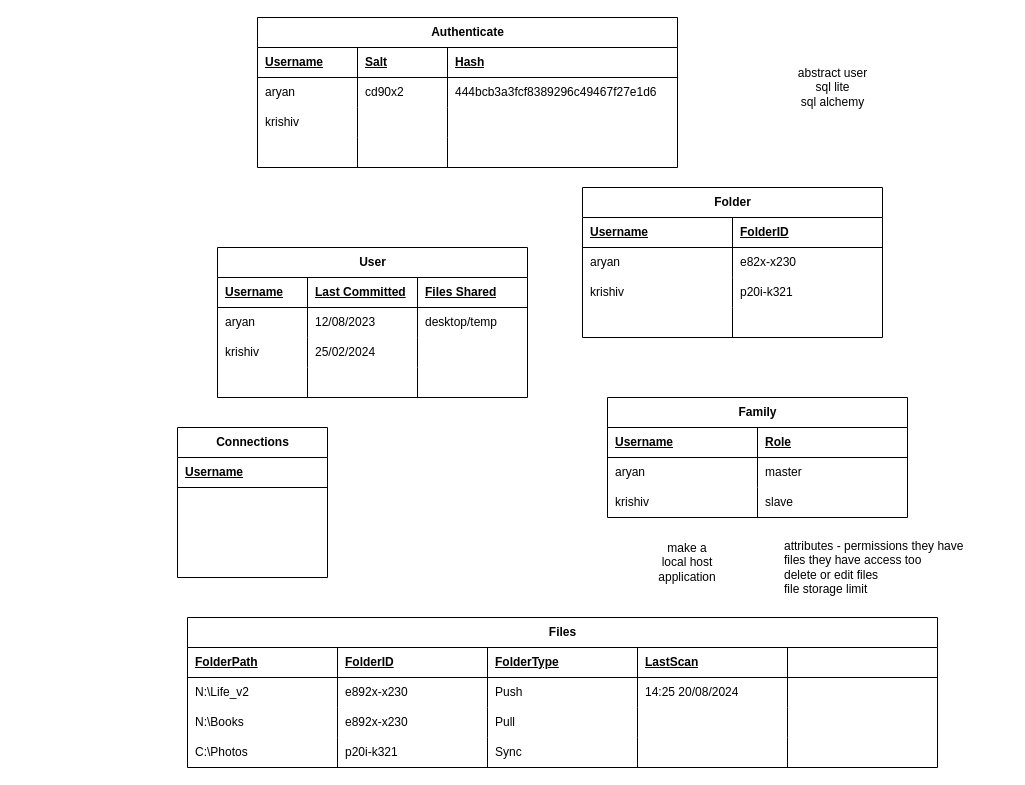
The draw.io diagram databases.drawio in aryansharmastudies/NEA_v2, before the edit. Source tidied: cells renumbered, new cells numbered last; positions are measured from the earlier drawing's top-left corner, leaving out a move shared by most shapes. Both pictures are drawn from the tidied source at 100%, with x=0, y=0 at pixel (177, 17).
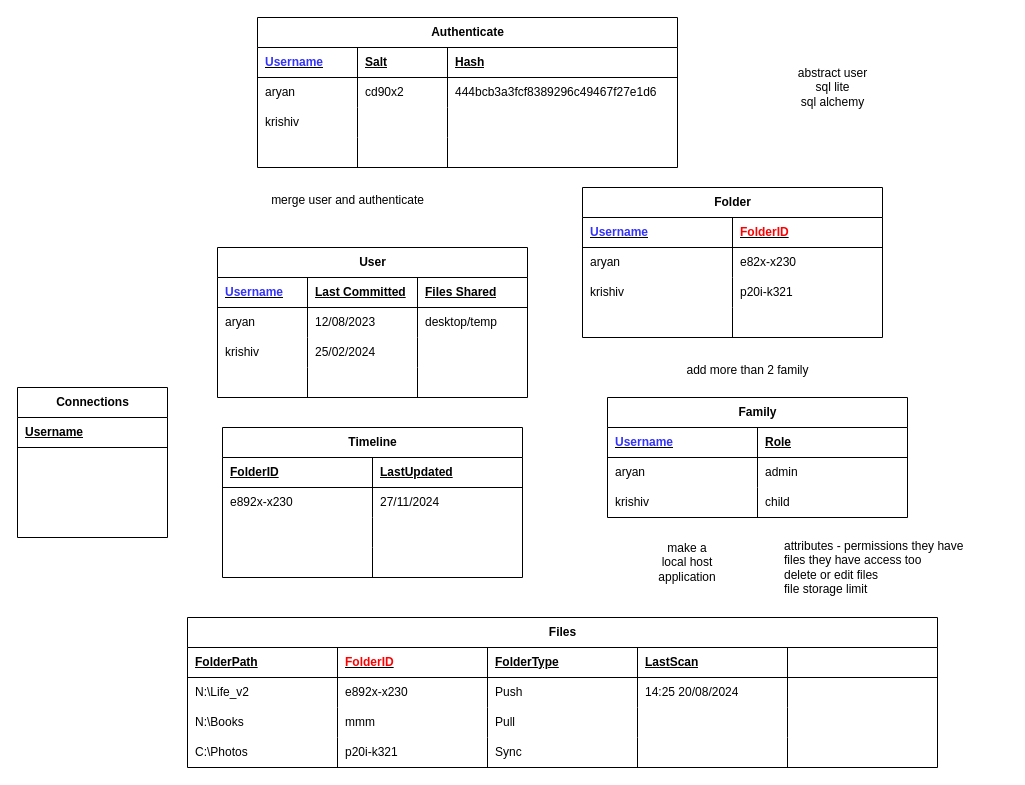
The same diagram, later.

Unchanged cells that the change refers to:
```xml
<mxCell id="3" style="shape=tableRow;horizontal=0;startSize=0;swimlaneHead=0;swimlaneBody=0;fillColor=none;top=0;left=0;right=0;bottom=1;" parent="2" vertex="1">
  <mxGeometry y="30" width="310" height="30" as="geometry" />
</mxCell>
<mxCell id="20" style="shape=tableRow;horizontal=0;startSize=0;swimlaneHead=0;swimlaneBody=0;fillColor=none;top=0;left=0;right=0;bottom=1;" parent="19" vertex="1">
  <mxGeometry y="30" width="420" height="30" as="geometry" />
</mxCell>
<mxCell id="37" style="shape=tableRow;horizontal=0;startSize=0;swimlaneHead=0;swimlaneBody=0;fillColor=none;top=0;left=0;right=0;bottom=1;" parent="36" vertex="1">
  <mxGeometry y="30" width="300" height="30" as="geometry" />
</mxCell>
<mxCell id="60" style="shape=tableRow;horizontal=0;startSize=0;swimlaneHead=0;swimlaneBody=0;fillColor=none;top=0;left=0;right=0;bottom=1;" parent="59" vertex="1">
  <mxGeometry y="30" width="300" height="30" as="geometry" />
</mxCell>
<mxCell id="63" style="shape=tableRow;horizontal=0;startSize=0;swimlaneHead=0;swimlaneBody=0;fillColor=none;top=0;left=0;right=0;bottom=0;" parent="59" vertex="1">
  <mxGeometry y="60" width="300" height="30" as="geometry" />
</mxCell>
<mxCell id="66" style="shape=tableRow;horizontal=0;startSize=0;swimlaneHead=0;swimlaneBody=0;fillColor=none;top=0;left=0;right=0;bottom=0;" parent="59" vertex="1">
  <mxGeometry y="90" width="300" height="30" as="geometry" />
</mxCell>
<mxCell id="71" style="shape=tableRow;horizontal=0;startSize=0;swimlaneHead=0;swimlaneBody=0;fillColor=none;top=0;left=0;right=0;bottom=1;" parent="70" vertex="1">
  <mxGeometry y="30" width="750" height="30" as="geometry" />
</mxCell>
<mxCell id="83" style="shape=tableRow;horizontal=0;startSize=0;swimlaneHead=0;swimlaneBody=0;fillColor=none;top=0;left=0;right=0;bottom=0;" parent="70" vertex="1">
  <mxGeometry y="90" width="750" height="30" as="geometry" />
</mxCell>
```

Diff of the diagram source:
```diff
@@
-    <mxCell id="4" value="Username" style="shape=partialRectangle;fillColor=none;top=0;left=0;bottom=0;right=0;align=left;spacingLeft=6;fontStyle=5;overflow=hidden;whiteSpace=wrap;html=1;" parent="3" vertex="1">
+    <mxCell id="4" value="&lt;font color=&quot;#3333ff&quot;&gt;Username&lt;/font&gt;" style="shape=partialRectangle;fillColor=none;top=0;left=0;bottom=0;right=0;align=left;spacingLeft=6;fontStyle=5;overflow=hidden;whiteSpace=wrap;html=1;" parent="3" vertex="1">
       <mxGeometry width="90" height="30" as="geometry" />
     </mxCell>
@@
-    <mxCell id="21" value="Username" style="shape=partialRectangle;fillColor=none;top=0;left=0;bottom=0;right=0;align=left;spacingLeft=6;fontStyle=5;overflow=hidden;whiteSpace=wrap;html=1;" parent="20" vertex="1">
+    <mxCell id="21" value="&lt;font color=&quot;#3333ff&quot;&gt;Username&lt;/font&gt;" style="shape=partialRectangle;fillColor=none;top=0;left=0;bottom=0;right=0;align=left;spacingLeft=6;fontStyle=5;overflow=hidden;whiteSpace=wrap;html=1;" parent="20" vertex="1">
       <mxGeometry width="100" height="30" as="geometry" />
     </mxCell>
@@
-    <mxCell id="38" value="Username" style="shape=partialRectangle;fillColor=none;top=0;left=0;bottom=0;right=0;align=left;spacingLeft=6;fontStyle=5;overflow=hidden;whiteSpace=wrap;html=1;" parent="37" vertex="1">
+    <mxCell id="38" value="&lt;font color=&quot;#3333ff&quot;&gt;Username&lt;/font&gt;" style="shape=partialRectangle;fillColor=none;top=0;left=0;bottom=0;right=0;align=left;spacingLeft=6;fontStyle=5;overflow=hidden;whiteSpace=wrap;html=1;" parent="37" vertex="1">
       <mxGeometry width="150" height="30" as="geometry" />
     </mxCell>
-    <mxCell id="39" value="FolderID" style="shape=partialRectangle;fillColor=none;top=0;left=0;bottom=0;right=0;align=left;spacingLeft=6;fontStyle=5;overflow=hidden;whiteSpace=wrap;html=1;" parent="37" vertex="1">
+    <mxCell id="39" value="&lt;font color=&quot;#ff0000&quot;&gt;FolderID&lt;/font&gt;" style="shape=partialRectangle;fillColor=none;top=0;left=0;bottom=0;right=0;align=left;spacingLeft=6;fontStyle=5;overflow=hidden;whiteSpace=wrap;html=1;" parent="37" vertex="1">
       <mxGeometry x="150" width="150" height="30" as="geometry" />
     </mxCell>
@@
     <mxCell id="49" value="Connections" style="shape=table;startSize=30;childLayout=tableLayout;rowLines=0;fontStyle=1;align=center;html=1;" parent="1" vertex="1">
-      <mxGeometry y="410" width="150" height="150" as="geometry" />
+      <mxGeometry x="-160" y="370" width="150" height="150" as="geometry" />
     </mxCell>
@@
-    <mxCell id="61" value="Username" style="shape=partialRectangle;fillColor=none;top=0;left=0;bottom=0;right=0;align=left;spacingLeft=6;fontStyle=5;overflow=hidden;whiteSpace=wrap;html=1;" parent="60" vertex="1">
+    <mxCell id="61" value="&lt;font color=&quot;#3333ff&quot;&gt;Username&lt;/font&gt;" style="shape=partialRectangle;fillColor=none;top=0;left=0;bottom=0;right=0;align=left;spacingLeft=6;fontStyle=5;overflow=hidden;whiteSpace=wrap;html=1;" parent="60" vertex="1">
       <mxGeometry width="150" height="30" as="geometry" />
     </mxCell>
@@
-    <mxCell id="65" value="master" style="shape=partialRectangle;fillColor=none;top=0;left=0;bottom=0;right=0;align=left;spacingLeft=6;overflow=hidden;whiteSpace=wrap;html=1;" parent="63" vertex="1">
+    <mxCell id="65" value="admin" style="shape=partialRectangle;fillColor=none;top=0;left=0;bottom=0;right=0;align=left;spacingLeft=6;overflow=hidden;whiteSpace=wrap;html=1;" parent="63" vertex="1">
       <mxGeometry x="150" width="150" height="30" as="geometry" />
     </mxCell>
@@
-    <mxCell id="68" value="slave" style="shape=partialRectangle;fillColor=none;top=0;left=0;bottom=0;right=0;align=left;spacingLeft=6;overflow=hidden;whiteSpace=wrap;html=1;" parent="66" vertex="1">
+    <mxCell id="68" value="child" style="shape=partialRectangle;fillColor=none;top=0;left=0;bottom=0;right=0;align=left;spacingLeft=6;overflow=hidden;whiteSpace=wrap;html=1;" parent="66" vertex="1">
       <mxGeometry x="150" width="150" height="30" as="geometry" />
     </mxCell>
@@
-    <mxCell id="73" value="FolderID" style="shape=partialRectangle;fillColor=none;top=0;left=0;bottom=0;right=0;align=left;spacingLeft=6;fontStyle=5;overflow=hidden;whiteSpace=wrap;html=1;" parent="71" vertex="1">
+    <mxCell id="73" value="&lt;font color=&quot;#ff0000&quot;&gt;FolderID&lt;/font&gt;" style="shape=partialRectangle;fillColor=none;top=0;left=0;bottom=0;right=0;align=left;spacingLeft=6;fontStyle=5;overflow=hidden;whiteSpace=wrap;html=1;" parent="71" vertex="1">
       <mxGeometry x="150" width="150" height="30" as="geometry" />
     </mxCell>
@@
-    <mxCell id="85" value="&lt;span style=&quot;font-weight: 400;&quot;&gt;e892x-x230&lt;/span&gt;" style="shape=partialRectangle;fillColor=none;top=0;left=0;bottom=0;right=0;align=left;spacingLeft=6;overflow=hidden;whiteSpace=wrap;html=1;fontStyle=1;" parent="83" vertex="1">
+    <mxCell id="85" value="&lt;span style=&quot;font-weight: 400;&quot;&gt;mmm&lt;/span&gt;" style="shape=partialRectangle;fillColor=none;top=0;left=0;bottom=0;right=0;align=left;spacingLeft=6;overflow=hidden;whiteSpace=wrap;html=1;fontStyle=1;" parent="83" vertex="1">
       <mxGeometry x="150" width="150" height="30" as="geometry" />
     </mxCell>
@@
+    <mxCell id="96" value="Timeline" style="shape=table;startSize=30;childLayout=tableLayout;rowLines=0;fontStyle=1;align=center;html=1;" parent="1" vertex="1">
+      <mxGeometry x="45" y="410" width="300" height="150" as="geometry" />
+    </mxCell>
+    <mxCell id="97" style="shape=tableRow;horizontal=0;startSize=0;swimlaneHead=0;swimlaneBody=0;fillColor=none;top=0;left=0;right=0;bottom=1;" parent="96" vertex="1">
+      <mxGeometry y="30" width="300" height="30" as="geometry" />
+    </mxCell>
+    <mxCell id="98" value="FolderID" style="shape=partialRectangle;fillColor=none;top=0;left=0;bottom=0;right=0;align=left;spacingLeft=6;fontStyle=5;overflow=hidden;whiteSpace=wrap;html=1;" parent="97" vertex="1">
+      <mxGeometry width="150" height="30" as="geometry" />
+    </mxCell>
+    <mxCell id="99" value="LastUpdated" style="shape=partialRectangle;fillColor=none;top=0;left=0;bottom=0;right=0;align=left;spacingLeft=6;fontStyle=5;overflow=hidden;whiteSpace=wrap;html=1;" parent="97" vertex="1">
+      <mxGeometry x="150" width="150" height="30" as="geometry" />
+    </mxCell>
+    <mxCell id="100" style="shape=tableRow;horizontal=0;startSize=0;swimlaneHead=0;swimlaneBody=0;fillColor=none;top=0;left=0;right=0;bottom=0;" parent="96" vertex="1">
+      <mxGeometry y="60" width="300" height="30" as="geometry" />
+    </mxCell>
+    <mxCell id="101" value="e892x-x230" style="shape=partialRectangle;fillColor=none;top=0;left=0;bottom=0;right=0;align=left;spacingLeft=6;overflow=hidden;whiteSpace=wrap;html=1;" parent="100" vertex="1">
+      <mxGeometry width="150" height="30" as="geometry" />
+    </mxCell>
+    <mxCell id="102" value="27/11/2024" style="shape=partialRectangle;fillColor=none;top=0;left=0;bottom=0;right=0;align=left;spacingLeft=6;overflow=hidden;whiteSpace=wrap;html=1;" parent="100" vertex="1">
+      <mxGeometry x="150" width="150" height="30" as="geometry" />
+    </mxCell>
+    <mxCell id="103" style="shape=tableRow;horizontal=0;startSize=0;swimlaneHead=0;swimlaneBody=0;fillColor=none;top=0;left=0;right=0;bottom=0;" parent="96" vertex="1">
+      <mxGeometry y="90" width="300" height="30" as="geometry" />
+    </mxCell>
+    <mxCell id="104" style="shape=partialRectangle;fillColor=none;top=0;left=0;bottom=0;right=0;align=left;spacingLeft=6;overflow=hidden;whiteSpace=wrap;html=1;" parent="103" vertex="1">
+      <mxGeometry width="150" height="30" as="geometry" />
+    </mxCell>
+    <mxCell id="105" style="shape=partialRectangle;fillColor=none;top=0;left=0;bottom=0;right=0;align=left;spacingLeft=6;overflow=hidden;whiteSpace=wrap;html=1;" parent="103" vertex="1">
+      <mxGeometry x="150" width="150" height="30" as="geometry" />
+    </mxCell>
+    <mxCell id="106" style="shape=tableRow;horizontal=0;startSize=0;swimlaneHead=0;swimlaneBody=0;fillColor=none;top=0;left=0;right=0;bottom=0;" parent="96" vertex="1">
+      <mxGeometry y="120" width="300" height="30" as="geometry" />
+    </mxCell>
+    <mxCell id="107" style="shape=partialRectangle;fillColor=none;top=0;left=0;bottom=0;right=0;align=left;spacingLeft=6;overflow=hidden;whiteSpace=wrap;html=1;" parent="106" vertex="1">
+      <mxGeometry width="150" height="30" as="geometry" />
+    </mxCell>
+    <mxCell id="108" style="shape=partialRectangle;fillColor=none;top=0;left=0;bottom=0;right=0;align=left;spacingLeft=6;overflow=hidden;whiteSpace=wrap;html=1;" parent="106" vertex="1">
+      <mxGeometry x="150" width="150" height="30" as="geometry" />
+    </mxCell>
+    <mxCell id="109" value="merge user and authenticate" style="text;html=1;align=center;verticalAlign=middle;strokeColor=none;fillColor=none;" parent="1" vertex="1">
+      <mxGeometry x="80" y="168" width="180" height="30" as="geometry" />
+    </mxCell>
+    <mxCell id="110" value="add more than 2 family" style="text;html=1;align=center;verticalAlign=middle;strokeColor=none;fillColor=none;" parent="1" vertex="1">
+      <mxGeometry x="495" y="338" width="150" height="30" as="geometry" />
+    </mxCell>
```
